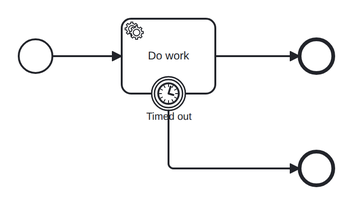
Before: conformance/catalog/diagrams/boundary-timer-interrupting.png, a diagram exported from BPMN (pblumer/atlas). Its source is kept beside it as conformance/models/boundary-timer-interrupting.bpmn. Ids are renumbered.
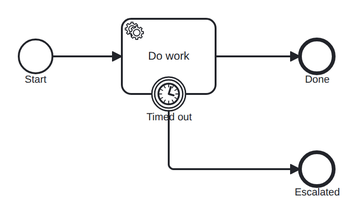
After the change.

What changed in the source:
```diff
@@ -14,7 +14,7 @@
              xmlns:zeebe="http://camunda.org/schema/zeebe/1.0"
              id="defs_boundary_timer_interrupting" targetNamespace="http://atlas/conformance">
   <process id="boundary-timer-interrupting" name="Boundary timer (interrupting)" isExecutable="true">
-    <startEvent id="start"/>
+    <startEvent id="start" name="Start"/>
     <serviceTask id="work" name="Do work">
       <extensionElements>
         <zeebe:taskDefinition type="work" retries="3"/>
@@ -25,8 +25,8 @@
         <timeDuration>PT30S</timeDuration>
       </timerEventDefinition>
     </boundaryEvent>
-    <endEvent id="done"/>
-    <endEvent id="escalated"/>
+    <endEvent id="done" name="Done"/>
+    <endEvent id="escalated" name="Escalated"/>
     <sequenceFlow id="f1" sourceRef="start" targetRef="work"/>
     <sequenceFlow id="f2" sourceRef="work" targetRef="done"/>
     <sequenceFlow id="f3" sourceRef="timeout" targetRef="escalated"/>
```
